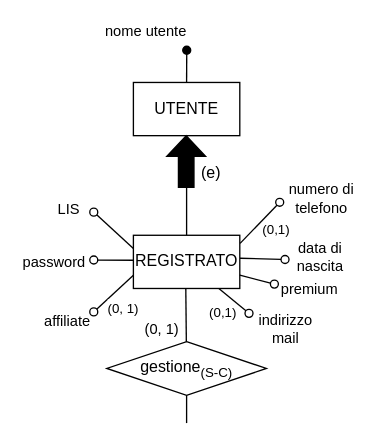
The draw.io diagram Progetto Esame - DBSperimentazioni A.A. 2023-2024/Diagrammi/generalizzazioni/2.3.2.1_gen_1c_cor.drawio in Mattron2000/Basi_di_dati, before the edit. Source tidied: cells renumbered, new cells numbered last; positions are measured from the earlier drawing's top-left corner, leaving out a move shared by most shapes. Both pictures are drawn from the tidied source at 133%, with x=0, y=0 at pixel (27, 49).
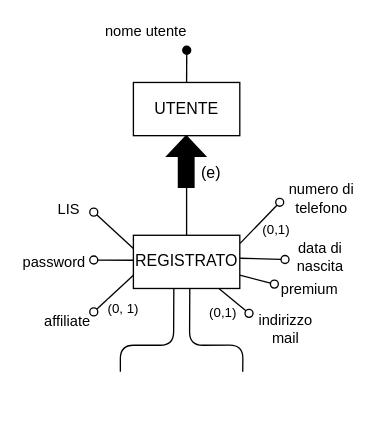
Above is the later version.

What changed in the source:
```diff
@@
-    <mxCell id="23" style="edgeStyle=none;shape=connector;rounded=1;fillStyle=auto;html=1;labelBackgroundColor=default;strokeColor=default;strokeWidth=1;fontFamily=Helvetica;fontSize=11;fontColor=default;endArrow=none;startSize=6;endSize=6;fillColor=#000000;exitX=0.5;exitY=1;exitDx=0;exitDy=0;" parent="1" edge="1" target="25">
+    <mxCell id="23" style="edgeStyle=none;shape=connector;rounded=1;fillStyle=auto;html=1;labelBackgroundColor=default;strokeColor=default;strokeWidth=1;fontFamily=Helvetica;fontSize=11;fontColor=default;endArrow=none;startSize=6;endSize=6;fillColor=#000000;exitX=0.5;exitY=1;exitDx=0;exitDy=0;" parent="1" edge="1">
       <mxGeometry relative="1" as="geometry">
-        <mxPoint x="119.2" y="179.4" as="sourcePoint" />
+        <mxPoint x="110.2" y="179.4" as="sourcePoint" />
+        <mxPoint x="70" y="242" as="targetPoint" />
+        <Array as="points">
+          <mxPoint x="110" y="222.1" />
+          <mxPoint x="70" y="222.1" />
+        </Array>
       </mxGeometry>
     </mxCell>
-    <mxCell id="24" value="(0, 1)" style="edgeLabel;html=1;align=center;verticalAlign=middle;fontSize=11;fontFamily=Helvetica;fontColor=default;" parent="23" vertex="1">
-      <mxGeometry x="-0.27" y="1" relative="1" as="geometry">
-        <mxPoint x="-20" y="15" as="offset" />
-      </mxGeometry>
-    </mxCell>
-    <mxCell id="25" value="&lt;font style=&quot;font-size: 12px;&quot;&gt;gestione&lt;sub style=&quot;&quot;&gt;(S-C)&lt;/sub&gt;&lt;/font&gt;" style="rhombus;whiteSpace=wrap;html=1;" parent="1" vertex="1">
-      <mxGeometry x="59.8" y="219.4" width="120" height="40.3" as="geometry" />
-    </mxCell>
-    <mxCell id="26" style="endArrow=none;html=1;entryX=0.5;entryY=1;entryDx=0;entryDy=0;" parent="1" edge="1" target="25">
-      <mxGeometry relative="1" as="geometry">
-        <mxPoint x="119.8" y="280.6" as="sourcePoint" />
-      </mxGeometry>
-    </mxCell>
@@
+    <mxCell id="30" style="edgeStyle=none;shape=connector;rounded=1;fillStyle=auto;html=1;labelBackgroundColor=default;strokeColor=default;strokeWidth=1;fontFamily=Helvetica;fontSize=11;fontColor=default;endArrow=none;startSize=6;endSize=6;fillColor=#000000;exitX=0.5;exitY=1;exitDx=0;exitDy=0;" parent="1" edge="1">
+      <mxGeometry relative="1" as="geometry">
+        <mxPoint x="122.2" y="179.4" as="sourcePoint" />
+        <mxPoint x="162" y="242" as="targetPoint" />
+        <Array as="points">
+          <mxPoint x="122" y="222.1" />
+          <mxPoint x="162.2" y="222" />
+        </Array>
+      </mxGeometry>
+    </mxCell>
```
